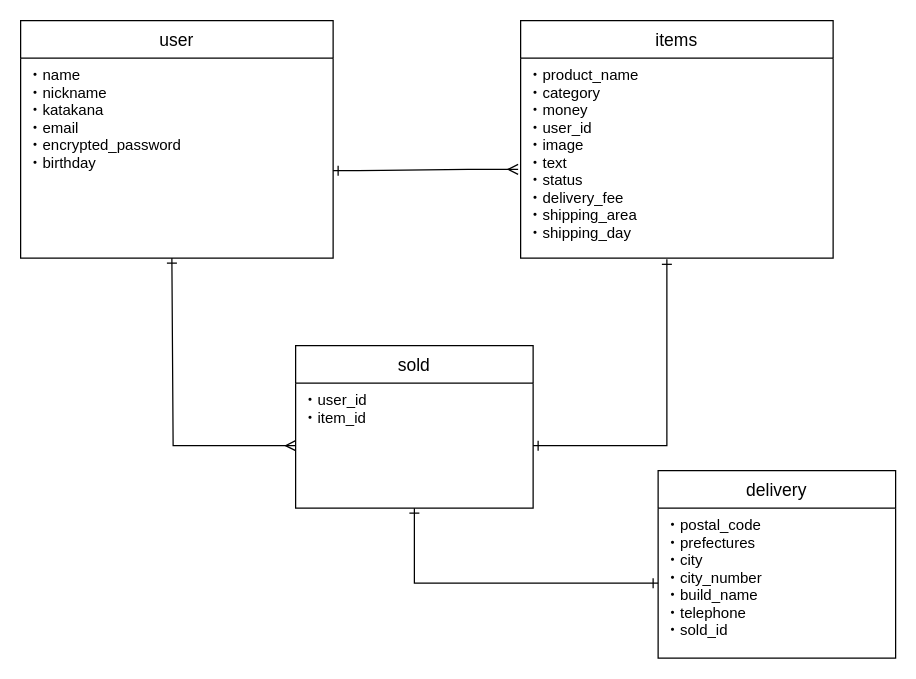
ootakekou/furima-36419 keeps this draw.io diagram as .dio. Above is the earlier version. Source tidied: cells renumbered, new cells numbered last; positions are measured from the earlier drawing's top-left corner, leaving out a move shared by most shapes. Both pictures are drawn from the tidied source at 125%, with x=0, y=0 at pixel (20, 20).
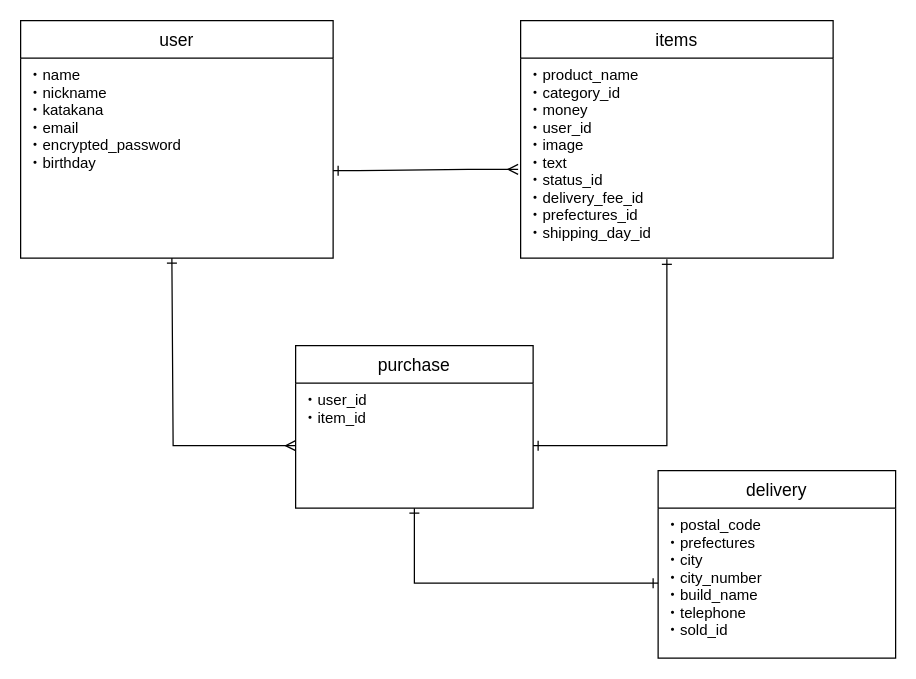
The same diagram, later.

Change to the diagram source:
```diff
@@
 <mxGraphModel>
   <root>
     <mxCell id="0" />
     <mxCell id="1" parent="0" />
     <mxCell id="2" value="user" style="swimlane;fontStyle=0;horizontal=1;startSize=30;align=center;fontSize=14;" parent="1" vertex="1">
       <mxGeometry width="250" height="190" as="geometry" />
     </mxCell>
     <mxCell id="3" value="・name&#10;・nickname&#10;・katakana&#10;・email&#10;・encrypted_password&#10;・birthday" style="text;strokeColor=none;fillColor=none;spacingLeft=4;spacingRight=4;overflow=hidden;points=[[0,0.5],[1,0.5]];portConstraint=eastwest;fontSize=12;" parent="2" vertex="1">
       <mxGeometry y="30" width="250" height="160" as="geometry" />
     </mxCell>
     <mxCell id="4" value="items" style="swimlane;fontStyle=0;horizontal=1;startSize=30;align=center;fontSize=14;" parent="1" vertex="1">
       <mxGeometry x="400" width="250" height="190" as="geometry" />
     </mxCell>
-    <mxCell id="5" value="・product_name&#10;・category&#10;・money&#10;・user_id&#10;・image&#10;・text&#10;・status&#10;・delivery_fee&#10;・shipping_area&#10;・shipping_day&#10;&#10;&#10;" style="text;strokeColor=none;fillColor=none;spacingLeft=4;spacingRight=4;overflow=hidden;points=[[0,0.5],[1,0.5]];portConstraint=eastwest;fontSize=12;" parent="4" vertex="1">
+    <mxCell id="5" value="・product_name&#10;・category_id&#10;・money&#10;・user_id&#10;・image&#10;・text&#10;・status_id&#10;・delivery_fee_id&#10;・prefectures_id&#10;・shipping_day_id&#10;" style="text;strokeColor=none;fillColor=none;spacingLeft=4;spacingRight=4;overflow=hidden;points=[[0,0.5],[1,0.5]];portConstraint=eastwest;fontSize=12;" parent="4" vertex="1">
       <mxGeometry y="30" width="250" height="160" as="geometry" />
     </mxCell>
     <mxCell id="6" style="edgeStyle=entityRelationEdgeStyle;fontSize=12;html=1;endArrow=ERmany;startArrow=ERone;startFill=0;endFill=0;entryX=-0.008;entryY=0.556;entryDx=0;entryDy=0;entryPerimeter=0;" parent="1" edge="1" target="5">
       <mxGeometry relative="1" as="geometry">
         <mxPoint x="250" y="120" as="sourcePoint" />
       </mxGeometry>
     </mxCell>
-    <mxCell id="7" value="sold" style="swimlane;fontStyle=0;horizontal=1;startSize=30;align=center;fontSize=14;" parent="1" vertex="1">
+    <mxCell id="7" value="purchase" style="swimlane;fontStyle=0;horizontal=1;startSize=30;align=center;fontSize=14;" parent="1" vertex="1">
       <mxGeometry x="220" y="260" width="190" height="130" as="geometry" />
     </mxCell>
     <mxCell id="8" value="・user_id&#10;・item_id" style="text;strokeColor=none;fillColor=none;spacingLeft=4;spacingRight=4;overflow=hidden;points=[[0,0.5],[1,0.5]];portConstraint=eastwest;fontSize=12;" parent="7" vertex="1">
       <mxGeometry y="30" width="190" height="100" as="geometry" />
     </mxCell>
     <mxCell id="9" value="delivery" style="swimlane;fontStyle=0;horizontal=1;startSize=30;align=center;fontSize=14;" parent="1" vertex="1">
       <mxGeometry x="510" y="360" width="190" height="150" as="geometry" />
     </mxCell>
     <mxCell id="10" value="・postal_code&#10;・prefectures&#10;・city&#10;・city_number&#10;・build_name&#10;・telephone&#10;・sold_id" style="text;strokeColor=none;fillColor=none;spacingLeft=4;spacingRight=4;overflow=hidden;points=[[0,0.5],[1,0.5]];portConstraint=eastwest;fontSize=12;" parent="9" vertex="1">
       <mxGeometry y="30" width="190" height="120" as="geometry" />
     </mxCell>
     <mxCell id="11" style="edgeStyle=orthogonalEdgeStyle;rounded=0;jettySize=auto;html=1;startArrow=ERone;startFill=0;endArrow=ERone;endFill=0;entryX=0;entryY=0.5;entryDx=0;entryDy=0;" parent="1" edge="1" target="10">
       <mxGeometry relative="1" as="geometry">
         <mxPoint x="315" y="390" as="sourcePoint" />
         <Array as="points">
           <mxPoint x="315" y="400" />
           <mxPoint x="315" y="450" />
         </Array>
       </mxGeometry>
     </mxCell>
     <mxCell id="12" style="edgeStyle=orthogonalEdgeStyle;rounded=0;jettySize=auto;html=1;exitX=1;exitY=0.5;exitDx=0;exitDy=0;startArrow=ERone;startFill=0;endArrow=ERone;endFill=0;entryX=0.468;entryY=1.006;entryDx=0;entryDy=0;entryPerimeter=0;" parent="1" edge="1" source="8" target="5">
       <mxGeometry relative="1" as="geometry" />
     </mxCell>
     <mxCell id="13" style="edgeStyle=orthogonalEdgeStyle;rounded=0;jettySize=auto;html=1;exitX=0;exitY=0.5;exitDx=0;exitDy=0;startArrow=ERmany;startFill=0;endArrow=ERone;endFill=0;entryX=0.484;entryY=1;entryDx=0;entryDy=0;entryPerimeter=0;" parent="1" edge="1" source="8" target="3">
       <mxGeometry relative="1" as="geometry">
         <Array as="points">
           <mxPoint x="122" y="340" />
         </Array>
       </mxGeometry>
     </mxCell>
   </root>
 </mxGraphModel>
```
